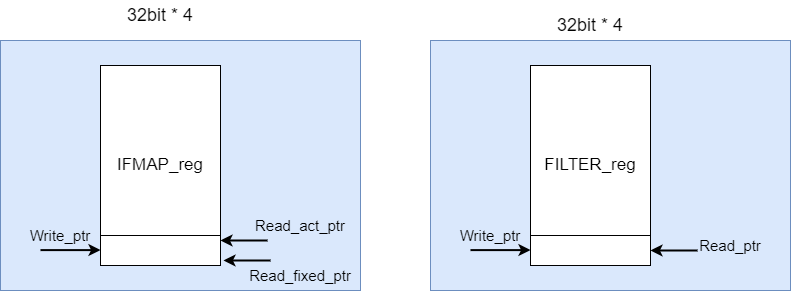
This is LAB/AOC_2024_Lab4/AOC_LAB4-第 2 页.drawio.png from kevin199907/AOC, a draw.io export, as it was before one commit. Source tidied: cells renumbered, new cells last; positions are measured from the earlier drawing's top-left corner, leaving out a move shared by most shapes.
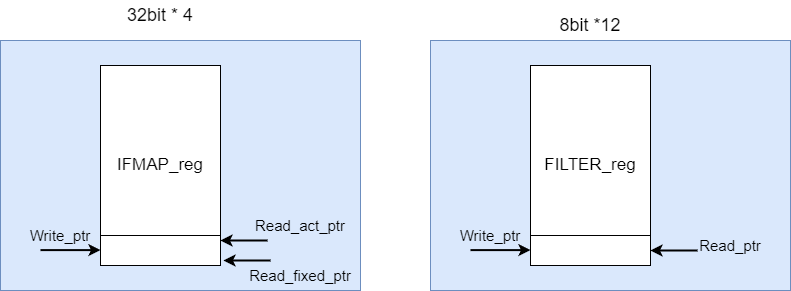
Above is the later version.

The edit, as a diff of the source:
```diff
@@ -74,7 +74,7 @@
     <mxCell id="18" value="&lt;font style=&quot;font-size: 15px;&quot;&gt;Read_ptr&lt;/font&gt;" style="text;html=1;align=center;verticalAlign=middle;whiteSpace=wrap;rounded=0;" parent="1" vertex="1">
       <mxGeometry x="700" y="230" width="60" height="30" as="geometry" />
     </mxCell>
-    <mxCell id="19" value="&lt;font style=&quot;font-size: 18px;&quot;&gt;32bit * 4&lt;/font&gt;" style="text;html=1;align=center;verticalAlign=middle;whiteSpace=wrap;rounded=0;" parent="1" vertex="1">
+    <mxCell id="19" value="&lt;font style=&quot;font-size: 18px;&quot;&gt;8bit *12&lt;/font&gt;" style="text;html=1;align=center;verticalAlign=middle;whiteSpace=wrap;rounded=0;" parent="1" vertex="1">
       <mxGeometry x="555" y="10" width="70" height="30" as="geometry" />
     </mxCell>
   </root>
```
